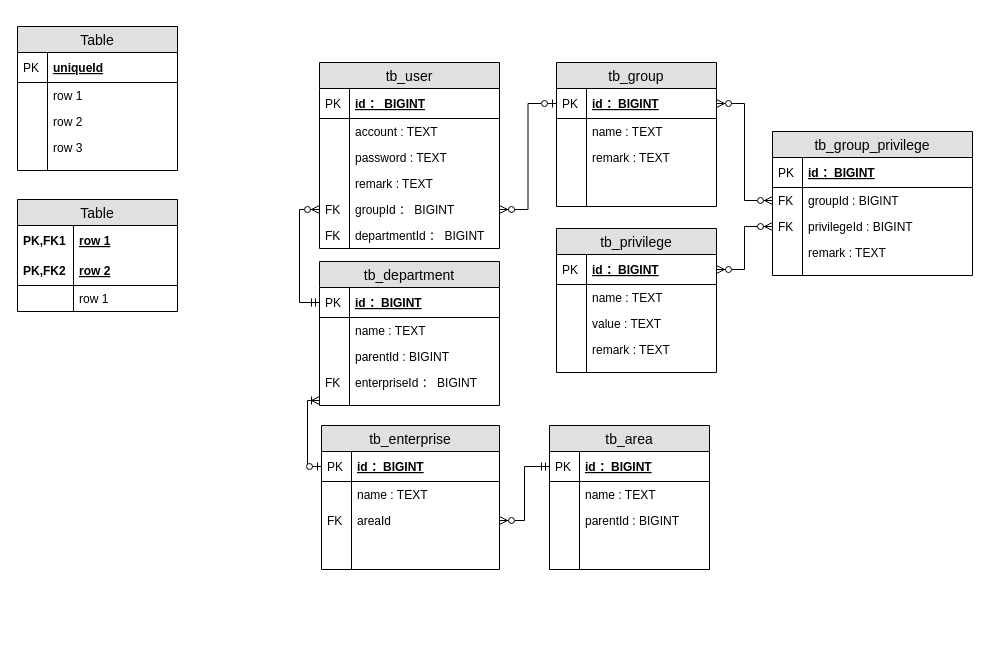
Earlier version of the draw.io diagram page "第 2 页" (2 of 2) of CDRS/DB-design.drawio (waterwatermelon/graph). Source tidied: cells renumbered, new cells numbered last; positions are measured from the earlier drawing's top-left corner, leaving out a move shared by most shapes. Both pictures are drawn from the tidied source at 100%, with x=0, y=0 at pixel (17, 26).
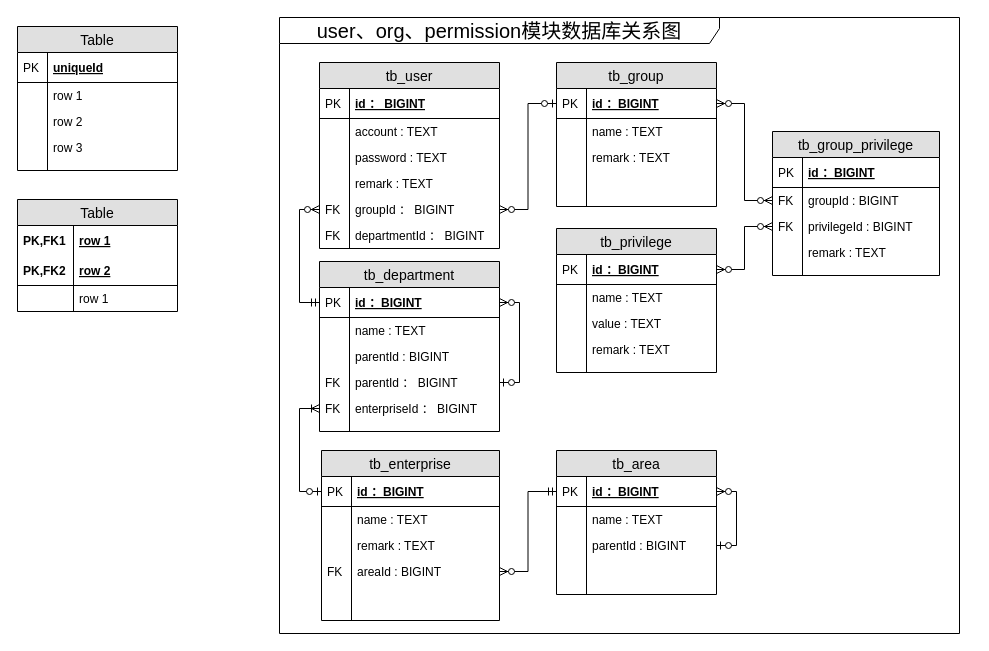
After the change.

Unchanged cells that the change refers to:
```xml
<mxCell id="56" value="id ：BIGINT" style="shape=partialRectangle;top=0;left=0;right=0;bottom=1;align=left;verticalAlign=middle;fillColor=none;spacingLeft=34;spacingRight=4;overflow=hidden;points=[[0,0.5],[1,0.5]];portConstraint=eastwest;fontStyle=5;fontSize=12;" parent="55" vertex="1">
  <mxGeometry y="26" width="180" height="30" as="geometry" />
</mxCell>
<mxCell id="67" value="id ：BIGINT" style="shape=partialRectangle;top=0;left=0;right=0;bottom=1;align=left;verticalAlign=middle;fillColor=none;spacingLeft=34;spacingRight=4;overflow=hidden;points=[[0,0.5],[1,0.5]];portConstraint=eastwest;fontStyle=5;fontSize=12;" parent="66" vertex="1">
  <mxGeometry y="26" width="160" height="30" as="geometry" />
</mxCell>
<mxCell id="71" value="parentId : BIGINT" style="shape=partialRectangle;top=0;left=0;right=0;bottom=0;align=left;verticalAlign=top;fillColor=none;spacingLeft=34;spacingRight=4;overflow=hidden;points=[[0,0.5],[1,0.5]];portConstraint=eastwest;fontSize=12;" parent="66" vertex="1">
  <mxGeometry y="82" width="160" height="26" as="geometry" />
</mxCell>
<mxCell id="78" value="id ：BIGINT" style="shape=partialRectangle;top=0;left=0;right=0;bottom=1;align=left;verticalAlign=middle;fillColor=none;spacingLeft=34;spacingRight=4;overflow=hidden;points=[[0,0.5],[1,0.5]];portConstraint=eastwest;fontStyle=5;fontSize=12;" parent="77" vertex="1">
  <mxGeometry y="26" width="178" height="30" as="geometry" />
</mxCell>
```

What changed in the source:
```diff
@@
+    <mxCell id="105" value="user、org、permission模块数据库关系图" style="shape=umlFrame;whiteSpace=wrap;html=1;fontSize=20;width=440;height=26;" parent="1" vertex="1">
+      <mxGeometry x="262" y="-9" width="680" height="616" as="geometry" />
+    </mxCell>
@@
     <mxCell id="55" value="tb_department" style="swimlane;fontStyle=0;horizontal=1;startSize=26;fillColor=#e0e0e0;swimlaneFillColor=#ffffff;align=center;fontSize=14;" parent="1" vertex="1">
-      <mxGeometry x="302" y="235" width="180" height="144" as="geometry" />
+      <mxGeometry x="302" y="235" width="180" height="170" as="geometry" />
     </mxCell>
@@
+    <mxCell id="106" style="edgeStyle=orthogonalEdgeStyle;rounded=0;jettySize=auto;html=1;exitX=1;exitY=0.5;exitDx=0;exitDy=0;entryX=1;entryY=0.5;entryDx=0;entryDy=0;startArrow=ERzeroToOne;startFill=1;endArrow=ERzeroToMany;endFill=1;fontSize=20;" parent="55" edge="1" source="62" target="56">
+      <mxGeometry relative="1" as="geometry" />
+    </mxCell>
-    <mxCell id="62" value="enterpriseId ： BIGINT" style="shape=partialRectangle;top=0;left=0;right=0;bottom=0;align=left;verticalAlign=top;fillColor=none;spacingLeft=34;spacingRight=4;overflow=hidden;points=[[0,0.5],[1,0.5]];portConstraint=eastwest;fontSize=12;" parent="55" vertex="1">
+    <mxCell id="62" value="parentId ： BIGINT" style="shape=partialRectangle;top=0;left=0;right=0;bottom=0;align=left;verticalAlign=top;fillColor=none;spacingLeft=34;spacingRight=4;overflow=hidden;points=[[0,0.5],[1,0.5]];portConstraint=eastwest;fontSize=12;" parent="55" vertex="1">
       <mxGeometry y="108" width="180" height="26" as="geometry" />
     </mxCell>
@@
+    <mxCell id="107" value="enterpriseId ： BIGINT" style="shape=partialRectangle;top=0;left=0;right=0;bottom=0;align=left;verticalAlign=top;fillColor=none;spacingLeft=34;spacingRight=4;overflow=hidden;points=[[0,0.5],[1,0.5]];portConstraint=eastwest;fontSize=12;" parent="55" vertex="1">
+      <mxGeometry y="134" width="180" height="26" as="geometry" />
+    </mxCell>
+    <mxCell id="108" value="FK" style="shape=partialRectangle;top=0;left=0;bottom=0;fillColor=none;align=left;verticalAlign=top;spacingLeft=4;spacingRight=4;overflow=hidden;fontSize=12;" parent="107" vertex="1">
+      <mxGeometry width="30" height="26" as="geometry" />
+    </mxCell>
     <mxCell id="64" style="shape=partialRectangle;top=0;left=0;right=0;bottom=0;align=left;verticalAlign=top;fillColor=none;spacingLeft=34;spacingRight=4;overflow=hidden;points=[[0,0.5],[1,0.5]];portConstraint=eastwest;fontSize=12;" parent="55" vertex="1">
-      <mxGeometry y="134" width="180" height="10" as="geometry" />
+      <mxGeometry y="160" width="180" height="10" as="geometry" />
     </mxCell>
@@
     <mxCell id="66" value="tb_area" style="swimlane;fontStyle=0;horizontal=1;startSize=26;fillColor=#e0e0e0;swimlaneFillColor=#ffffff;align=center;fontSize=14;" parent="1" vertex="1">
-      <mxGeometry x="532" y="399" width="160" height="144" as="geometry" />
+      <mxGeometry x="539" y="424" width="160" height="144" as="geometry" />
     </mxCell>
@@
+    <mxCell id="109" style="edgeStyle=orthogonalEdgeStyle;rounded=0;jettySize=auto;html=1;exitX=1;exitY=0.5;exitDx=0;exitDy=0;entryX=1;entryY=0.5;entryDx=0;entryDy=0;startArrow=ERzeroToOne;startFill=1;endArrow=ERzeroToMany;endFill=1;fontSize=20;" parent="66" edge="1" source="71" target="67">
+      <mxGeometry relative="1" as="geometry" />
+    </mxCell>
@@
     <mxCell id="77" value="tb_enterprise" style="swimlane;fontStyle=0;horizontal=1;startSize=26;fillColor=#e0e0e0;swimlaneFillColor=#ffffff;align=center;fontSize=14;" parent="1" vertex="1">
-      <mxGeometry x="304" y="399" width="178" height="144" as="geometry" />
+      <mxGeometry x="304" y="424" width="178" height="170" as="geometry" />
     </mxCell>
@@
+    <mxCell id="110" value="remark : TEXT" style="shape=partialRectangle;top=0;left=0;right=0;bottom=0;align=left;verticalAlign=top;fillColor=none;spacingLeft=34;spacingRight=4;overflow=hidden;fontSize=12;" parent="77" vertex="1">
+      <mxGeometry y="82" width="178" height="26" as="geometry" />
+    </mxCell>
+    <mxCell id="111" style="shape=partialRectangle;top=0;left=0;bottom=0;fillColor=none;align=left;verticalAlign=top;spacingLeft=4;spacingRight=4;overflow=hidden;fontSize=12;" parent="110" vertex="1">
+      <mxGeometry width="30" height="26" as="geometry" />
+    </mxCell>
-    <mxCell id="82" value="areaId" style="shape=partialRectangle;top=0;left=0;right=0;bottom=0;align=left;verticalAlign=top;fillColor=none;spacingLeft=34;spacingRight=4;overflow=hidden;points=[[0,0.5],[1,0.5]];portConstraint=eastwest;fontSize=12;" parent="77" vertex="1">
-      <mxGeometry y="82" width="178" height="26" as="geometry" />
+    <mxCell id="82" value="areaId : BIGINT" style="shape=partialRectangle;top=0;left=0;right=0;bottom=0;align=left;verticalAlign=top;fillColor=none;spacingLeft=34;spacingRight=4;overflow=hidden;points=[[0,0.5],[1,0.5]];portConstraint=eastwest;fontSize=12;" parent="77" vertex="1">
+      <mxGeometry y="108" width="178" height="26" as="geometry" />
     </mxCell>
@@
     <mxCell id="84" style="shape=partialRectangle;top=0;left=0;right=0;bottom=0;align=left;verticalAlign=top;fillColor=none;spacingLeft=34;spacingRight=4;overflow=hidden;fontSize=12;" parent="77" vertex="1">
-      <mxGeometry y="108" width="178" height="26" as="geometry" />
+      <mxGeometry y="134" width="178" height="26" as="geometry" />
     </mxCell>
@@
     <mxCell id="86" style="shape=partialRectangle;top=0;left=0;right=0;bottom=0;align=left;verticalAlign=top;fillColor=none;spacingLeft=34;spacingRight=4;overflow=hidden;fontSize=12;" parent="77" vertex="1">
-      <mxGeometry y="134" width="178" height="10" as="geometry" />
+      <mxGeometry y="160" width="178" height="10" as="geometry" />
     </mxCell>
@@
     <mxCell id="88" value="tb_group_privilege" style="swimlane;fontStyle=0;horizontal=1;startSize=26;fillColor=#e0e0e0;swimlaneFillColor=#ffffff;align=center;fontSize=14;" parent="1" vertex="1">
-      <mxGeometry x="755" y="105" width="200" height="144" as="geometry" />
+      <mxGeometry x="755" y="105" width="167" height="144" as="geometry" />
     </mxCell>
     <mxCell id="89" value="id ：BIGINT" style="shape=partialRectangle;top=0;left=0;right=0;bottom=1;align=left;verticalAlign=middle;fillColor=none;spacingLeft=34;spacingRight=4;overflow=hidden;fontStyle=5;fontSize=12;" parent="88" vertex="1">
-      <mxGeometry y="26" width="200" height="30" as="geometry" />
+      <mxGeometry y="26" width="167" height="30" as="geometry" />
     </mxCell>
@@
     <mxCell id="91" value="groupId : BIGINT" style="shape=partialRectangle;top=0;left=0;right=0;bottom=0;align=left;verticalAlign=top;fillColor=none;spacingLeft=34;spacingRight=4;overflow=hidden;points=[[0,0.5],[1,0.5]];portConstraint=eastwest;fontSize=12;" parent="88" vertex="1">
-      <mxGeometry y="56" width="200" height="26" as="geometry" />
+      <mxGeometry y="56" width="167" height="26" as="geometry" />
     </mxCell>
@@
     <mxCell id="93" value="privilegeId : BIGINT" style="shape=partialRectangle;top=0;left=0;right=0;bottom=0;align=left;verticalAlign=top;fillColor=none;spacingLeft=34;spacingRight=4;overflow=hidden;points=[[0,0.5],[1,0.5]];portConstraint=eastwest;fontSize=12;" parent="88" vertex="1">
-      <mxGeometry y="82" width="200" height="26" as="geometry" />
+      <mxGeometry y="82" width="167" height="26" as="geometry" />
     </mxCell>
@@
     <mxCell id="95" value="remark : TEXT" style="shape=partialRectangle;top=0;left=0;right=0;bottom=0;align=left;verticalAlign=top;fillColor=none;spacingLeft=34;spacingRight=4;overflow=hidden;fontSize=12;" parent="88" vertex="1">
-      <mxGeometry y="108" width="200" height="26" as="geometry" />
+      <mxGeometry y="108" width="167" height="26" as="geometry" />
     </mxCell>
@@
     <mxCell id="97" style="shape=partialRectangle;top=0;left=0;right=0;bottom=0;align=left;verticalAlign=top;fillColor=none;spacingLeft=34;spacingRight=4;overflow=hidden;fontSize=12;" parent="88" vertex="1">
-      <mxGeometry y="134" width="200" height="10" as="geometry" />
+      <mxGeometry y="134" width="167" height="10" as="geometry" />
     </mxCell>
@@
-    <mxCell id="103" style="edgeStyle=orthogonalEdgeStyle;rounded=0;jettySize=auto;html=1;exitX=0;exitY=0.5;exitDx=0;exitDy=0;entryX=0;entryY=0.5;entryDx=0;entryDy=0;startArrow=ERoneToMany;startFill=0;endArrow=ERzeroToOne;endFill=1;fontSize=20;" parent="1" edge="1" source="64" target="78">
-      <mxGeometry relative="1" as="geometry">
-        <Array as="points">
-          <mxPoint x="290" y="374" />
-          <mxPoint x="290" y="440" />
-        </Array>
-      </mxGeometry>
-    </mxCell>
@@
+    <mxCell id="112" style="edgeStyle=orthogonalEdgeStyle;rounded=0;jettySize=auto;html=1;exitX=0;exitY=0.5;exitDx=0;exitDy=0;entryX=0;entryY=0.5;entryDx=0;entryDy=0;startArrow=ERoneToMany;startFill=0;endArrow=ERzeroToOne;endFill=1;fontSize=20;" parent="1" edge="1" source="107" target="78">
+      <mxGeometry relative="1" as="geometry" />
+    </mxCell>
```
